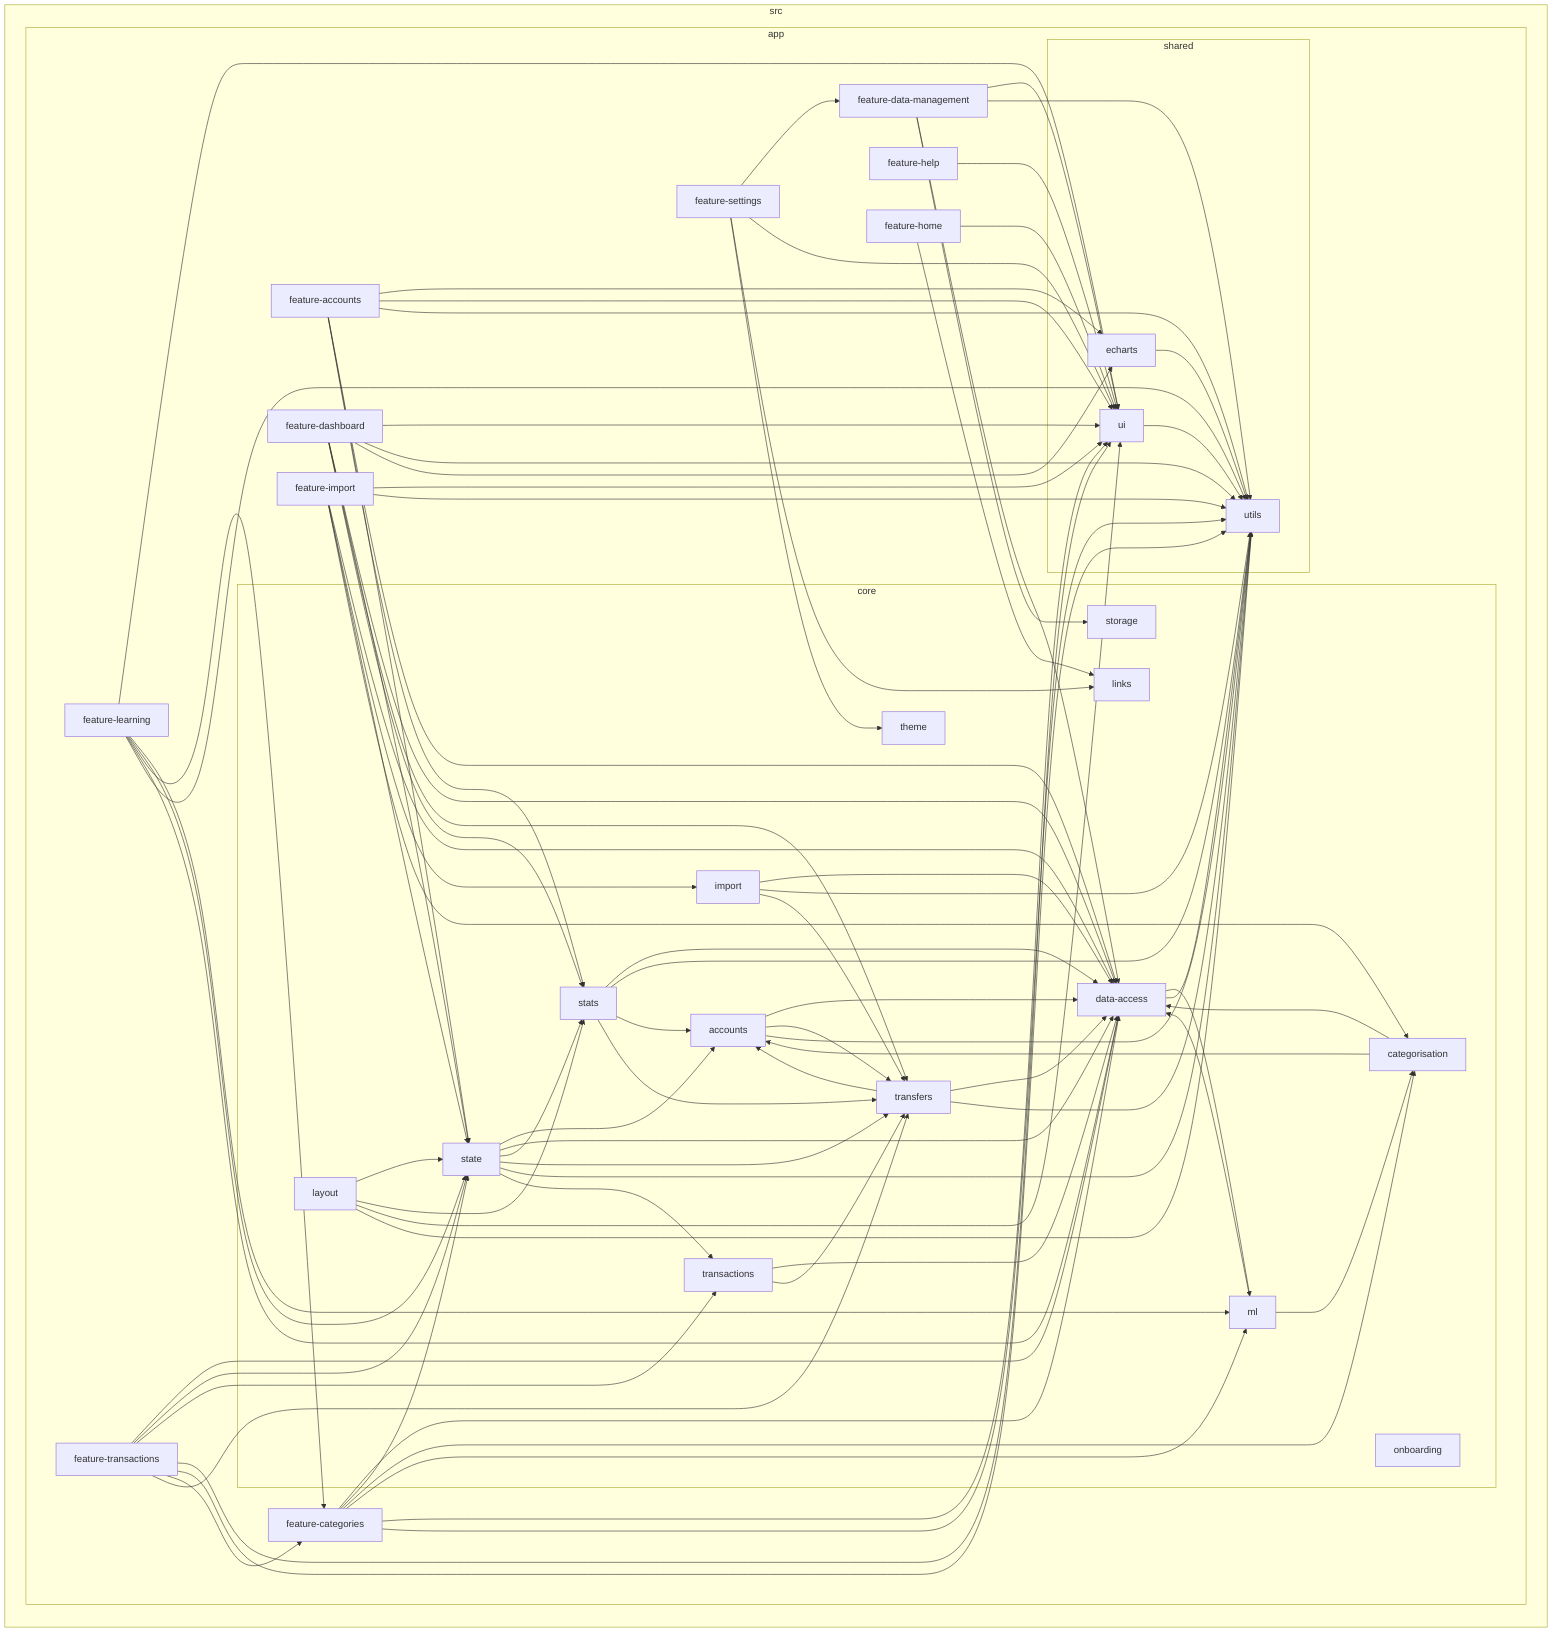
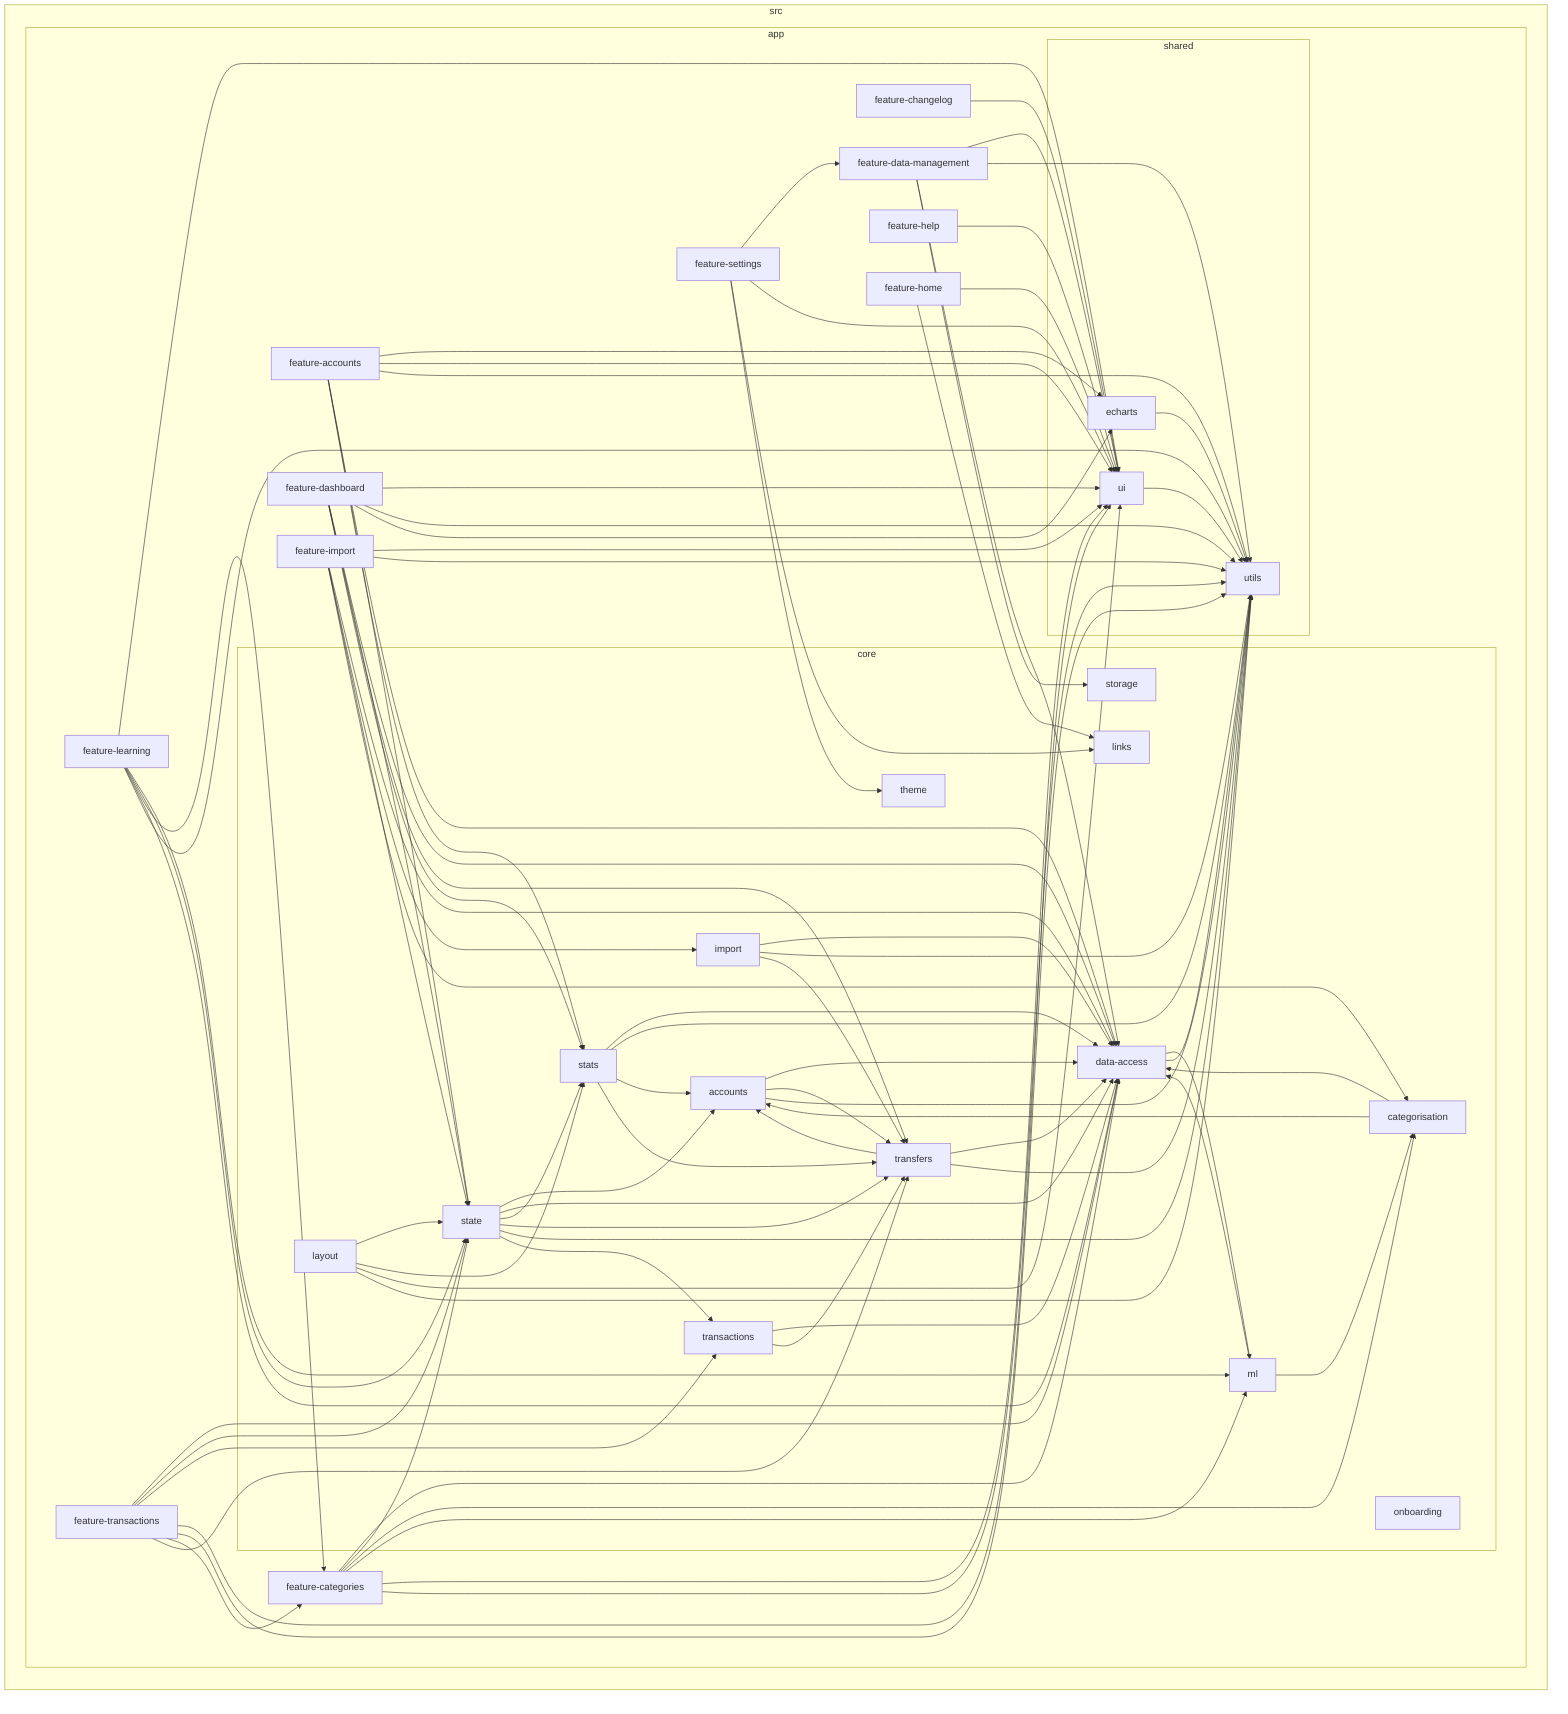
flowchart LR

subgraph 0["src"]
subgraph 1["app"]
subgraph 2["core"]
3["accounts"]
4["categorisation"]
5["data-access"]
6["import"]
7["layout"]
8["links"]
9["ml"]
A["onboarding"]
B["state"]
C["stats"]
D["storage"]
E["theme"]
F["transactions"]
G["transfers"]
end
H["feature-accounts"]
I["feature-categories"]
- J["feature-dashboard"]
- K["feature-data-management"]
- L["feature-help"]
- M["feature-home"]
- N["feature-import"]
- O["feature-learning"]
- P["feature-settings"]
- Q["feature-transactions"]
- subgraph R["shared"]
- S["echarts"]
- T["ui"]
- U["utils"]
+ J["feature-changelog"]
+ K["feature-dashboard"]
+ L["feature-data-management"]
+ M["feature-help"]
+ N["feature-home"]
+ O["feature-import"]
+ P["feature-learning"]
+ Q["feature-settings"]
+ R["feature-transactions"]
+ subgraph S["shared"]
+ T["echarts"]
+ U["ui"]
+ V["utils"]
end
end
end
3-->5
3-->G
- 3-->U
+ 3-->V
4-->5
4-->3
5-->9
- 5-->U
+ 5-->V
6-->5
- 6-->U
+ 6-->V
6-->G
7-->B
7-->C
- 7-->T
7-->U
+ 7-->V
9-->4
9-->5
B-->3
B-->5
B-->C
B-->G
- B-->U
+ B-->V
B-->F
C-->5
- C-->U
+ C-->V
C-->3
C-->G
F-->5
F-->G
G-->5
G-->3
- G-->U
+ G-->V
H-->5
- H-->S
+ H-->T
H-->B
- H-->T
H-->U
+ H-->V
H-->C
I-->5
I-->B
- I-->T
I-->U
+ I-->V
I-->4
I-->9
- J-->5
- J-->B
- J-->T
J-->U
- J-->G
- J-->C
- J-->S
K-->5
- K-->D
+ K-->B
+ K-->U
+ K-->V
+ K-->G
+ K-->C
K-->T
- K-->U
- L-->T
- M-->8
- M-->T
- N-->5
- N-->6
- N-->T
+ L-->5
+ L-->D
+ L-->U
+ L-->V
+ M-->U
+ N-->8
N-->U
- N-->B
- N-->4
- O-->T
- O-->9
+ O-->5
+ O-->6
+ O-->U
+ O-->V
O-->B
- O-->I
- O-->5
- O-->U
- P-->8
- P-->E
- P-->K
- P-->T
- Q-->5
- Q-->B
- Q-->F
- Q-->T
+ O-->4
+ P-->U
+ P-->9
+ P-->B
+ P-->I
+ P-->5
+ P-->V
+ Q-->8
+ Q-->E
+ Q-->L
Q-->U
- Q-->I
- Q-->G
- S-->U
- T-->U
+ R-->5
+ R-->B
+ R-->F
+ R-->U
+ R-->V
+ R-->I
+ R-->G
+ T-->V
+ U-->V
